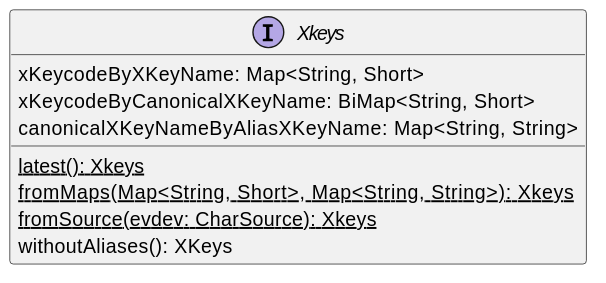
oliviercailloux/Keyboardd keeps this PlantUML diagram as XKeys.svg. Above is the earlier version. Its diagram source:
```plantuml
@startuml
interface "Xkeys" {
  {static} latest(): Xkeys
  {static} fromMaps(Map<String, Short>, Map<String, String>): Xkeys
  {static} fromSource(evdev: CharSource): Xkeys
  xKeycodeByXKeyName: Map<String, Short>
  xKeycodeByCanonicalXKeyName: BiMap<String, Short>
  canonicalXKeyNameByAliasXKeyName: Map<String, String>
  withoutAliases(): XKeys
}
@enduml
```
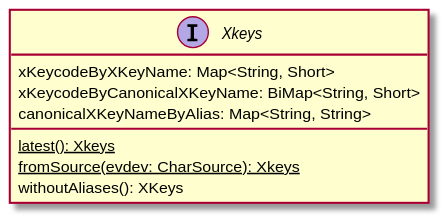
The same diagram one commit later.

Change to the diagram source:
```diff
@@ -1,11 +1,12 @@
-@startuml
+@startuml XKeys
+
 interface "Xkeys" {
   {static} latest(): Xkeys
-  {static} fromMaps(Map<String, Short>, Map<String, String>): Xkeys
   {static} fromSource(evdev: CharSource): Xkeys
   xKeycodeByXKeyName: Map<String, Short>
   xKeycodeByCanonicalXKeyName: BiMap<String, Short>
-  canonicalXKeyNameByAliasXKeyName: Map<String, String>
+  canonicalXKeyNameByAlias: Map<String, String>
   withoutAliases(): XKeys
 }
+
 @enduml
```
